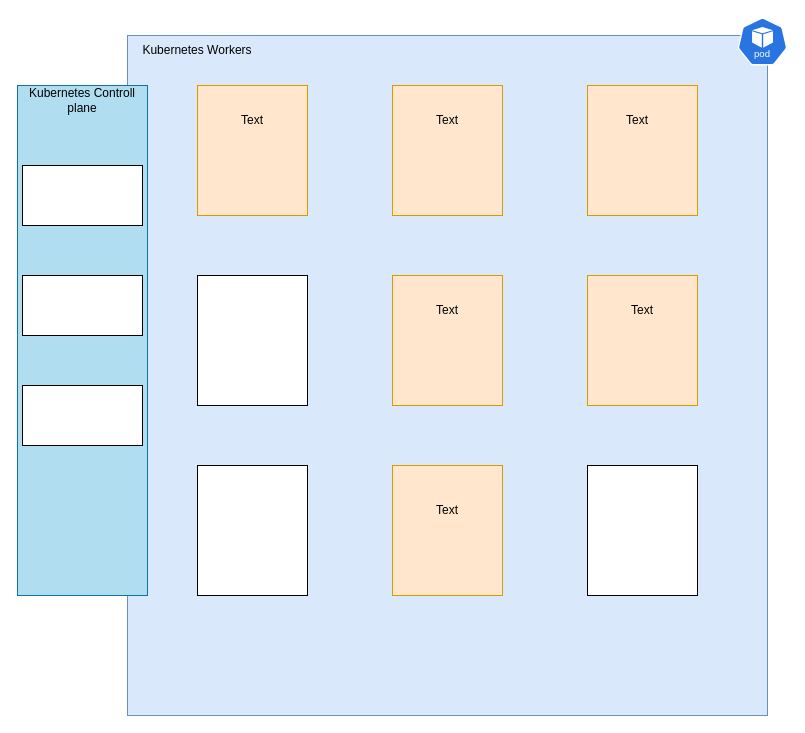
Before: Strelka Diagram.drawio in EskilAl/Obsidian, a draw.io diagram. Source tidied: cells renumbered, new cells numbered last; positions are measured from the earlier drawing's top-left corner, leaving out a move shared by most shapes. Both pictures are drawn from the tidied source at 100%, with x=0, y=0 at pixel (17, 17).
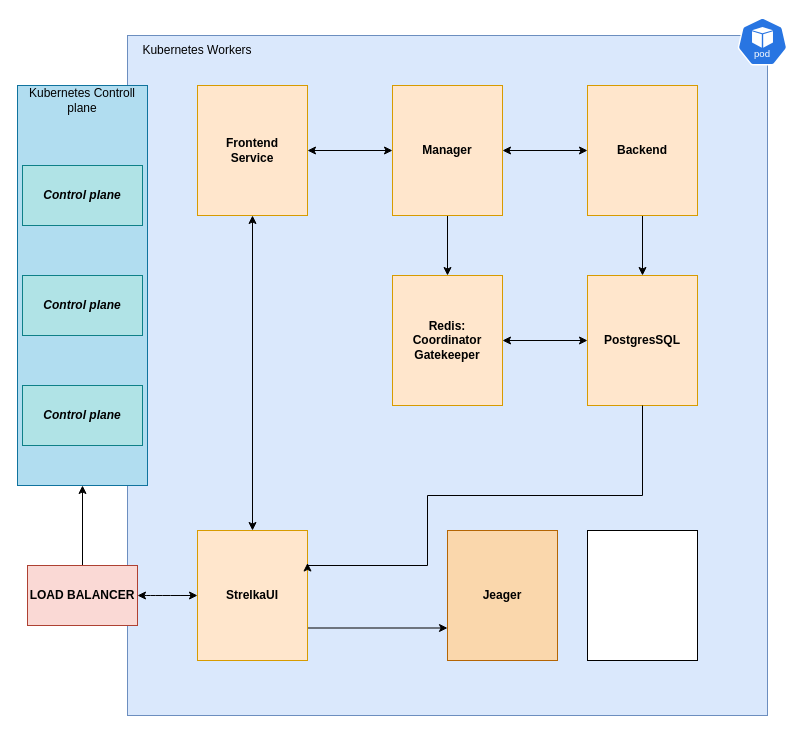
Above is the later version.

Diff of the diagram source:
```diff
@@
+    <mxCell id="25" style="edgeStyle=orthogonalEdgeStyle;rounded=0;jettySize=auto;html=1;exitX=1;exitY=0.5;exitDx=0;exitDy=0;entryX=0;entryY=0.5;entryDx=0;entryDy=0;startArrow=classic;startFill=1;" parent="1" edge="1" source="5" target="6">
+      <mxGeometry relative="1" as="geometry" />
+    </mxCell>
-    <mxCell id="5" style="rounded=0;whiteSpace=wrap;html=1;fillColor=#ffe6cc;strokeColor=#d79b00;" parent="1" vertex="1">
+    <mxCell id="5" value="&lt;b&gt;Frontend&lt;br&gt;Service&lt;/b&gt;" style="rounded=0;whiteSpace=wrap;html=1;fillColor=#ffe6cc;strokeColor=#d79b00;" parent="1" vertex="1">
       <mxGeometry x="180" y="68" width="110" height="130" as="geometry" />
     </mxCell>
+    <mxCell id="26" style="edgeStyle=orthogonalEdgeStyle;rounded=0;jettySize=auto;html=1;exitX=1;exitY=0.5;exitDx=0;exitDy=0;startArrow=classic;startFill=1;" parent="1" edge="1" source="6" target="14">
+      <mxGeometry relative="1" as="geometry" />
+    </mxCell>
+    <mxCell id="27" style="edgeStyle=orthogonalEdgeStyle;rounded=0;jettySize=auto;html=1;exitX=0.5;exitY=1;exitDx=0;exitDy=0;entryX=0.5;entryY=0;entryDx=0;entryDy=0;" parent="1" edge="1" source="6" target="9">
+      <mxGeometry relative="1" as="geometry" />
+    </mxCell>
-    <mxCell id="6" style="rounded=0;whiteSpace=wrap;html=1;fillColor=#ffe6cc;strokeColor=#d79b00;" parent="1" vertex="1">
+    <mxCell id="6" value="&lt;b&gt;Manager&lt;/b&gt;" style="rounded=0;whiteSpace=wrap;html=1;fillColor=#ffe6cc;strokeColor=#d79b00;" parent="1" vertex="1">
       <mxGeometry x="375" y="68" width="110" height="130" as="geometry" />
     </mxCell>
-    <mxCell id="7" style="rounded=0;whiteSpace=wrap;html=1;" parent="1" vertex="1">
-      <mxGeometry x="180" y="258" width="110" height="130" as="geometry" />
-    </mxCell>
     <mxCell id="8" style="rounded=0;whiteSpace=wrap;html=1;" parent="1" vertex="1">
-      <mxGeometry x="570" y="448" width="110" height="130" as="geometry" />
+      <mxGeometry x="570" y="513" width="110" height="130" as="geometry" />
     </mxCell>
-    <mxCell id="9" style="rounded=0;whiteSpace=wrap;html=1;fillColor=#ffe6cc;strokeColor=#d79b00;" parent="1" vertex="1">
+    <mxCell id="9" value="&lt;div&gt;&lt;b&gt;Redis:&lt;/b&gt;&lt;/div&gt;&lt;div&gt;&lt;b&gt;Coordinator&lt;br&gt;Gatekeeper&lt;/b&gt;&lt;/div&gt;" style="rounded=0;whiteSpace=wrap;html=1;fillColor=#ffe6cc;strokeColor=#d79b00;" parent="1" vertex="1">
       <mxGeometry x="375" y="258" width="110" height="130" as="geometry" />
     </mxCell>
-    <mxCell id="10" style="rounded=0;whiteSpace=wrap;html=1;" parent="1" vertex="1">
-      <mxGeometry x="180" y="448" width="110" height="130" as="geometry" />
+    <mxCell id="10" value="&lt;b&gt;Jeager&lt;/b&gt;" style="rounded=0;whiteSpace=wrap;html=1;fillColor=#fad7ac;strokeColor=#b46504;" parent="1" vertex="1">
+      <mxGeometry x="430" y="513" width="110" height="130" as="geometry" />
     </mxCell>
+    <mxCell id="28" style="edgeStyle=orthogonalEdgeStyle;rounded=0;jettySize=auto;html=1;exitX=0;exitY=0.5;exitDx=0;exitDy=0;entryX=1;entryY=0.5;entryDx=0;entryDy=0;startArrow=classic;startFill=1;" parent="1" edge="1" source="11" target="9">
+      <mxGeometry relative="1" as="geometry" />
+    </mxCell>
-    <mxCell id="11" style="rounded=0;whiteSpace=wrap;html=1;fillColor=#ffe6cc;strokeColor=#d79b00;" parent="1" vertex="1">
+    <mxCell id="11" value="&lt;b&gt;PostgresSQL&lt;/b&gt;" style="rounded=0;whiteSpace=wrap;html=1;fillColor=#ffe6cc;strokeColor=#d79b00;" parent="1" vertex="1">
       <mxGeometry x="570" y="258" width="110" height="130" as="geometry" />
     </mxCell>
+    <mxCell id="29" style="edgeStyle=orthogonalEdgeStyle;rounded=0;jettySize=auto;html=1;exitX=0.5;exitY=0;exitDx=0;exitDy=0;startArrow=classic;startFill=1;" parent="1" edge="1" source="12" target="5">
+      <mxGeometry relative="1" as="geometry" />
+    </mxCell>
+    <mxCell id="30" style="edgeStyle=orthogonalEdgeStyle;rounded=0;jettySize=auto;html=1;exitX=1;exitY=0.75;exitDx=0;exitDy=0;entryX=0;entryY=0.75;entryDx=0;entryDy=0;" parent="1" edge="1" source="12" target="10">
+      <mxGeometry relative="1" as="geometry" />
+    </mxCell>
-    <mxCell id="12" style="rounded=0;whiteSpace=wrap;html=1;fillColor=#ffe6cc;strokeColor=#d79b00;" parent="1" vertex="1">
-      <mxGeometry x="375" y="448" width="110" height="130" as="geometry" />
+    <mxCell id="12" value="&lt;b&gt;StrelkaUI&lt;/b&gt;" style="rounded=0;whiteSpace=wrap;html=1;fillColor=#ffe6cc;strokeColor=#d79b00;" parent="1" vertex="1">
+      <mxGeometry x="180" y="513" width="110" height="130" as="geometry" />
     </mxCell>
     <mxCell id="13" style="rounded=0;whiteSpace=wrap;html=1;fillColor=#b1ddf0;strokeColor=#10739e;" parent="1" vertex="1">
-      <mxGeometry y="68" width="130" height="510" as="geometry" />
+      <mxGeometry y="68" width="130" height="400" as="geometry" />
     </mxCell>
+    <mxCell id="31" style="edgeStyle=orthogonalEdgeStyle;rounded=0;jettySize=auto;html=1;exitX=0.5;exitY=1;exitDx=0;exitDy=0;entryX=0.5;entryY=0;entryDx=0;entryDy=0;" parent="1" edge="1" source="14" target="11">
+      <mxGeometry relative="1" as="geometry" />
+    </mxCell>
-    <mxCell id="14" style="rounded=0;whiteSpace=wrap;html=1;fillColor=#ffe6cc;strokeColor=#d79b00;" parent="1" vertex="1">
+    <mxCell id="14" value="&lt;div&gt;&lt;b&gt;Backend &lt;br&gt;&lt;/b&gt;&lt;/div&gt;" style="rounded=0;whiteSpace=wrap;html=1;fillColor=#ffe6cc;strokeColor=#d79b00;" parent="1" vertex="1">
       <mxGeometry x="570" y="68" width="110" height="130" as="geometry" />
     </mxCell>
-    <mxCell id="15" value="Text" style="text;html=1;align=center;verticalAlign=middle;whiteSpace=wrap;rounded=0;" parent="1" vertex="1">
-      <mxGeometry x="205" y="88" width="60" height="30" as="geometry" />
-    </mxCell>
-    <mxCell id="16" value="Text" style="text;html=1;align=center;verticalAlign=middle;whiteSpace=wrap;rounded=0;" parent="1" vertex="1">
-      <mxGeometry x="400" y="88" width="60" height="30" as="geometry" />
-    </mxCell>
-    <mxCell id="17" value="Text" style="text;html=1;align=center;verticalAlign=middle;whiteSpace=wrap;rounded=0;" parent="1" vertex="1">
-      <mxGeometry x="590" y="88" width="60" height="30" as="geometry" />
-    </mxCell>
-    <mxCell id="18" value="Text" style="text;html=1;align=center;verticalAlign=middle;whiteSpace=wrap;rounded=0;" parent="1" vertex="1">
-      <mxGeometry x="400" y="278" width="60" height="30" as="geometry" />
-    </mxCell>
-    <mxCell id="19" value="Text" style="text;html=1;align=center;verticalAlign=middle;whiteSpace=wrap;rounded=0;" parent="1" vertex="1">
-      <mxGeometry x="595" y="278" width="60" height="30" as="geometry" />
-    </mxCell>
-    <mxCell id="20" value="Text" style="text;html=1;align=center;verticalAlign=middle;whiteSpace=wrap;rounded=0;" parent="1" vertex="1">
-      <mxGeometry x="400" y="478" width="60" height="30" as="geometry" />
-    </mxCell>
@@
-    <mxCell id="22" style="rounded=0;whiteSpace=wrap;html=1;" parent="1" vertex="1">
+    <mxCell id="22" value="&lt;b&gt;&lt;span&gt;&lt;em&gt;Control plane&lt;/em&gt;&lt;/span&gt;&lt;/b&gt;" style="rounded=0;whiteSpace=wrap;html=1;fillColor=#b0e3e6;strokeColor=#0e8088;" parent="1" vertex="1">
       <mxGeometry x="5" y="148" width="120" height="60" as="geometry" />
     </mxCell>
-    <mxCell id="23" style="rounded=0;whiteSpace=wrap;html=1;" parent="1" vertex="1">
+    <mxCell id="23" value="&lt;b&gt;&lt;span&gt;&lt;em&gt;Control plane&lt;/em&gt;&lt;/span&gt;&lt;/b&gt;" style="rounded=0;whiteSpace=wrap;html=1;fillColor=#b0e3e6;strokeColor=#0e8088;" parent="1" vertex="1">
       <mxGeometry x="5" y="258" width="120" height="60" as="geometry" />
     </mxCell>
-    <mxCell id="24" style="rounded=0;whiteSpace=wrap;html=1;" parent="1" vertex="1">
+    <mxCell id="24" value="&lt;b&gt;&lt;span&gt;&lt;em&gt;Control plane&lt;/em&gt;&lt;/span&gt;&lt;/b&gt;" style="rounded=0;whiteSpace=wrap;html=1;fillColor=#b0e3e6;strokeColor=#0e8088;" parent="1" vertex="1">
       <mxGeometry x="5" y="368" width="120" height="60" as="geometry" />
     </mxCell>
+    <mxCell id="32" style="edgeStyle=orthogonalEdgeStyle;rounded=0;jettySize=auto;html=1;exitX=0.5;exitY=0;exitDx=0;exitDy=0;entryX=0.5;entryY=1;entryDx=0;entryDy=0;" parent="1" edge="1" source="7" target="13">
+      <mxGeometry relative="1" as="geometry" />
+    </mxCell>
+    <mxCell id="33" style="edgeStyle=orthogonalEdgeStyle;rounded=0;jettySize=auto;html=1;exitX=1;exitY=0.5;exitDx=0;exitDy=0;elbow=vertical;curved=1;startArrow=classic;startFill=1;" parent="1" edge="1" source="7" target="12">
+      <mxGeometry relative="1" as="geometry" />
+    </mxCell>
+    <mxCell id="7" value="&lt;b&gt;&lt;br&gt;&lt;/b&gt;&lt;div&gt;&lt;b&gt;LOAD BALANCER&lt;/b&gt;&lt;/div&gt;&lt;div&gt;&lt;b&gt;&lt;br&gt;&lt;/b&gt;&lt;/div&gt;" style="rounded=0;whiteSpace=wrap;html=1;fillColor=#fad9d5;strokeColor=#ae4132;" parent="1" vertex="1">
+      <mxGeometry x="10" y="548" width="110" height="60" as="geometry" />
+    </mxCell>
+    <mxCell id="34" style="edgeStyle=orthogonalEdgeStyle;rounded=0;jettySize=auto;html=1;exitX=0.5;exitY=1;exitDx=0;exitDy=0;curved=0;entryX=1;entryY=0.25;entryDx=0;entryDy=0;" parent="1" edge="1" source="11" target="12">
+      <mxGeometry relative="1" as="geometry">
+        <Array as="points">
+          <mxPoint x="625" y="478" />
+          <mxPoint x="410" y="478" />
+          <mxPoint x="410" y="548" />
+          <mxPoint x="290" y="548" />
+        </Array>
+      </mxGeometry>
+    </mxCell>
```
